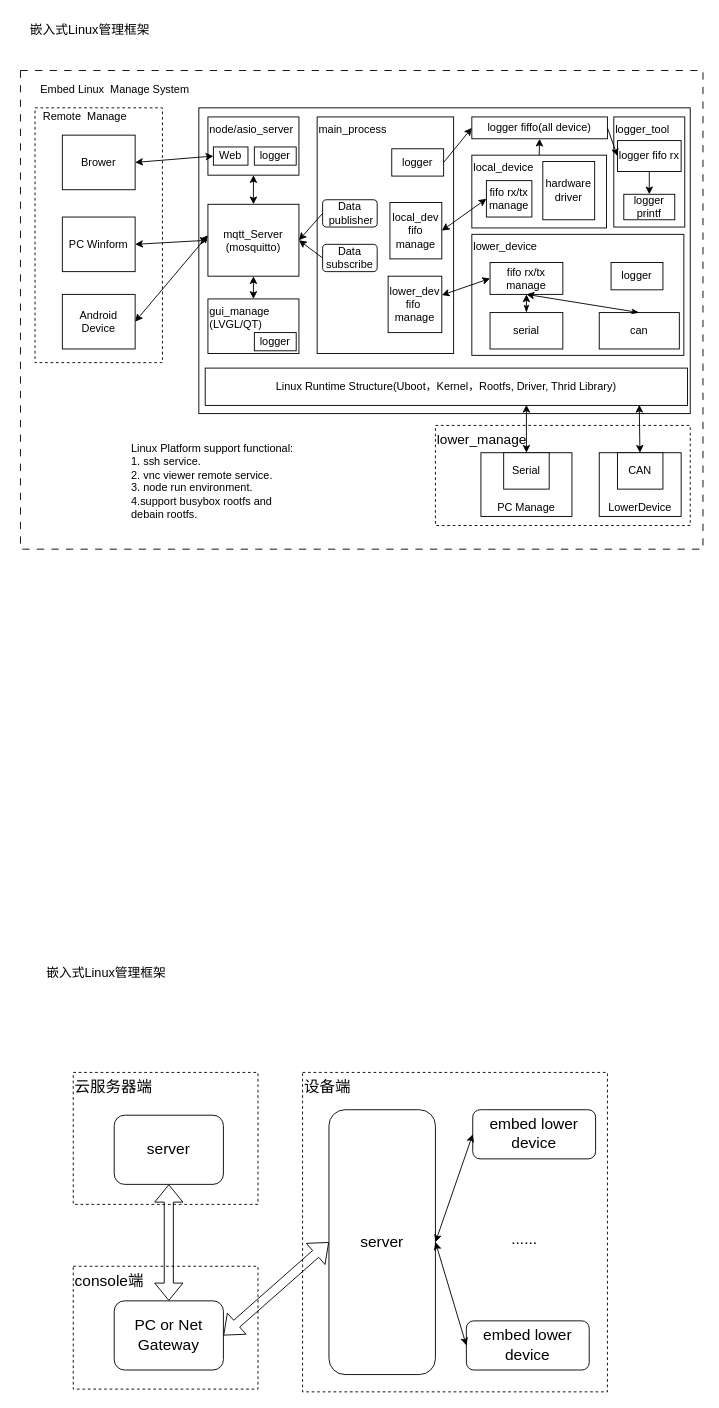
Earlier version of the draw.io diagram page "MainFrameWork" (1 of 2) of doc/mainFrame.drawio (zc110747/remote_manage). Source tidied: cells renumbered, new cells numbered last; positions are measured from the earlier drawing's top-left corner, leaving out a move shared by most shapes. Both pictures are drawn from the tidied source at 91%, with x=0, y=0 at pixel (15, 15).
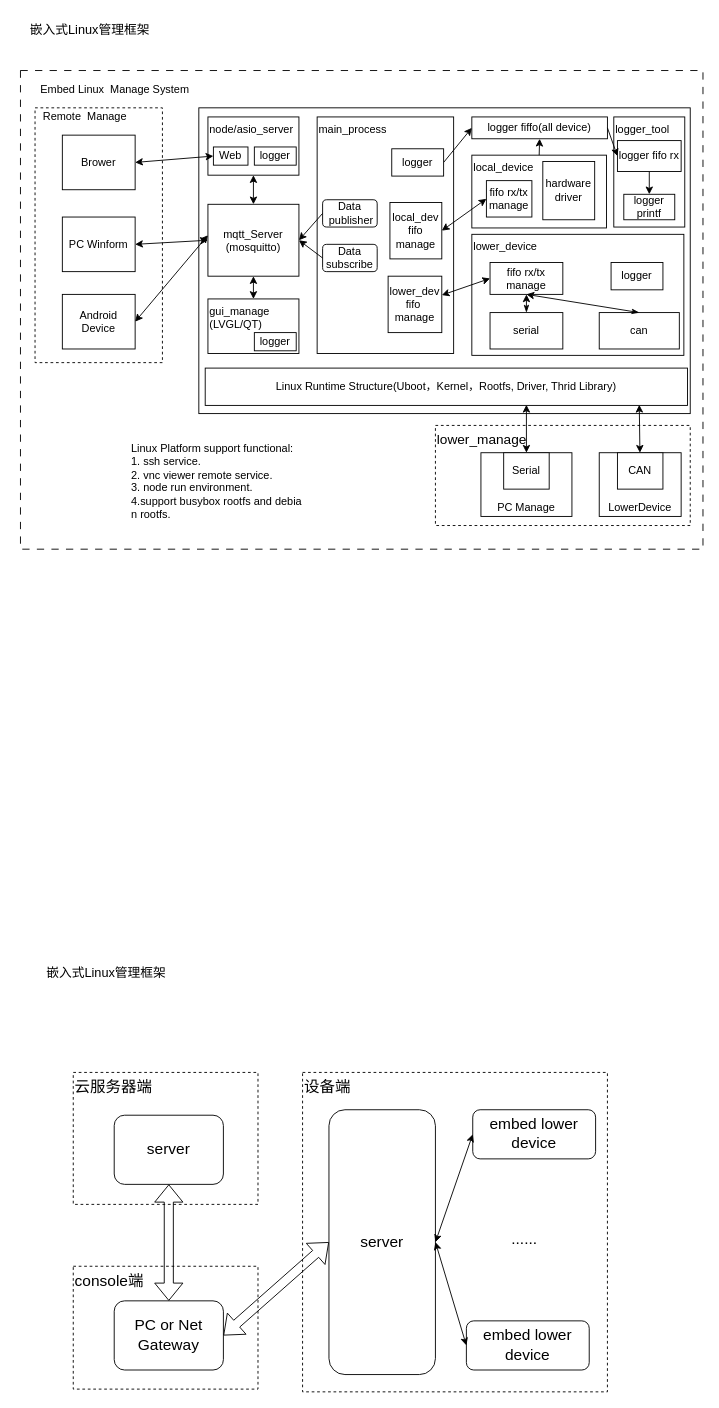
The same diagram, later.

What changed in the source:
```diff
@@
-    <mxCell id="52" value="Linux Platform support functional:&lt;br&gt;1. ssh service.&lt;br&gt;2. vnc viewer remote service.&lt;br&gt;3. node run environment.&lt;br&gt;4.support busybox rootfs and debain rootfs." style="text;html=1;strokeColor=none;fillColor=none;align=left;verticalAlign=top;whiteSpace=wrap;rounded=0;dashed=1;" parent="1" vertex="1">
+    <mxCell id="52" value="Linux Platform support functional:&lt;br&gt;1. ssh service.&lt;br&gt;2. vnc viewer remote service.&lt;br&gt;3. node run environment.&lt;br&gt;4.support busybox rootfs and debia&lt;br&gt;n rootfs." style="text;html=1;strokeColor=none;fillColor=none;align=left;verticalAlign=top;whiteSpace=wrap;rounded=0;dashed=1;" parent="1" vertex="1">
       <mxGeometry x="125" y="462" width="190" height="93" as="geometry" />
     </mxCell>
```
